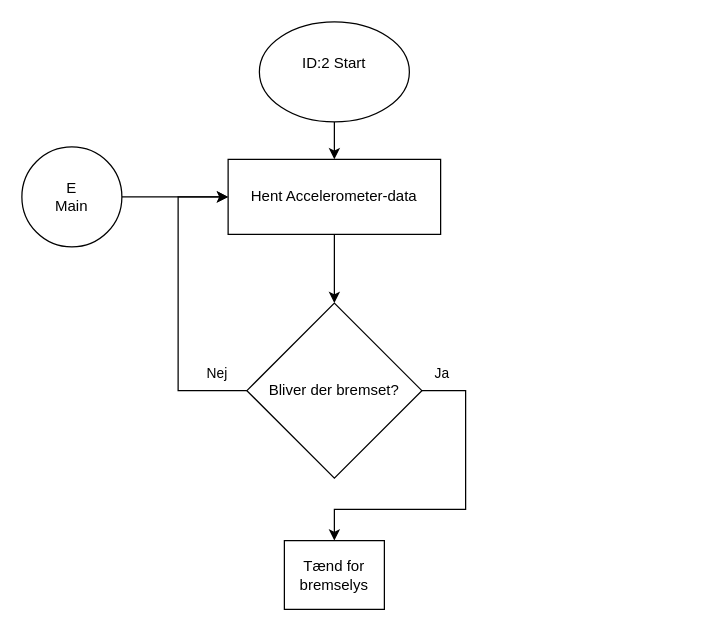
Before: ID 06, P2/ID6 V1 Bremselys.drawio in KEA-E24-B9-IOT1/E24-B9-IoT1, a draw.io diagram. Source tidied: cells renumbered, new cells numbered last; positions are measured from the earlier drawing's top-left corner, leaving out a move shared by most shapes. Both pictures are drawn from the tidied source at 125%, with x=0, y=0 at pixel (21, 21).
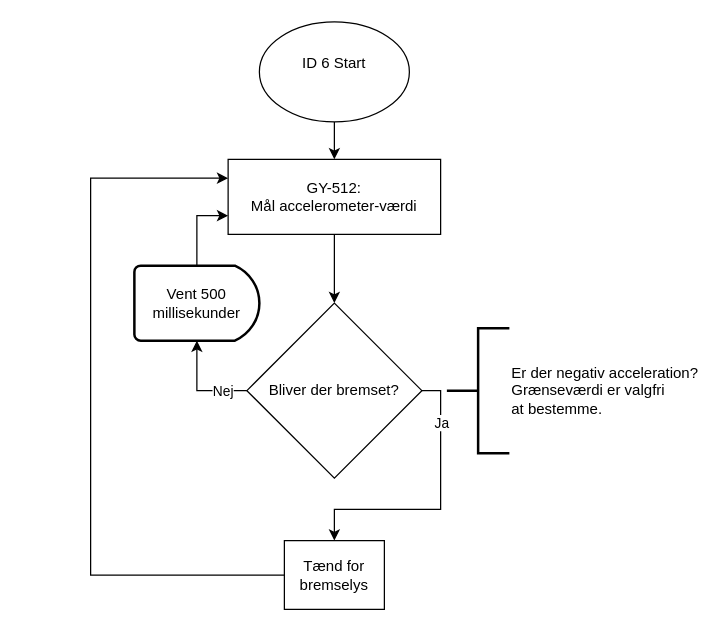
After the change.

Unchanged cells that the change refers to:
```xml
<mxCell id="7" value="Tænd for bremselys" style="rounded=0;whiteSpace=wrap;html=1;" parent="1" vertex="1">
  <mxGeometry x="210" y="415" width="80" height="55" as="geometry" />
</mxCell>
<mxCell id="14" value="Bliver der bremset?" style="rhombus;whiteSpace=wrap;html=1;" parent="1" vertex="1">
  <mxGeometry x="180" y="225" width="140" height="140" as="geometry" />
</mxCell>
```

Diff of the diagram source:
```diff
@@
-    <mxCell id="3" value="ID:2 Start&lt;div&gt;&lt;br&gt;&lt;/div&gt;" style="ellipse;whiteSpace=wrap;html=1;" parent="1" vertex="1">
+    <mxCell id="3" value="ID 6 Start&lt;div&gt;&lt;br&gt;&lt;/div&gt;" style="ellipse;whiteSpace=wrap;html=1;" parent="1" vertex="1">
       <mxGeometry x="190" width="120" height="80" as="geometry" />
     </mxCell>
@@
-    <mxCell id="5" style="edgeStyle=orthogonalEdgeStyle;rounded=0;jettySize=auto;html=1;entryX=0;entryY=0.5;entryDx=0;entryDy=0;" parent="1" edge="1" source="6" target="9">
-      <mxGeometry relative="1" as="geometry" />
-    </mxCell>
-    <mxCell id="6" value="&lt;span style=&quot;background-color: initial;&quot;&gt;E&lt;/span&gt;&lt;div&gt;&lt;span style=&quot;background-color: initial;&quot;&gt;Main&lt;/span&gt;&lt;/div&gt;" style="ellipse;whiteSpace=wrap;html=1;" parent="1" vertex="1">
-      <mxGeometry y="100" width="80" height="80" as="geometry" />
-    </mxCell>
+    <mxCell id="15" style="edgeStyle=orthogonalEdgeStyle;rounded=0;jettySize=auto;html=1;exitX=0;exitY=0.5;exitDx=0;exitDy=0;entryX=0;entryY=0.25;entryDx=0;entryDy=0;" parent="1" edge="1" source="7" target="9">
+      <mxGeometry relative="1" as="geometry">
+        <Array as="points">
+          <mxPoint x="55" y="443" />
+          <mxPoint x="55" y="125" />
+        </Array>
+      </mxGeometry>
+    </mxCell>
@@
-    <mxCell id="9" value="Hent Accelerometer-data" style="rounded=0;whiteSpace=wrap;html=1;" parent="1" vertex="1">
+    <mxCell id="9" value="&lt;div&gt;GY-512:&lt;/div&gt;&lt;div&gt;Mål accelerometer-værdi&lt;br&gt;&lt;/div&gt;" style="rounded=0;whiteSpace=wrap;html=1;" parent="1" vertex="1">
       <mxGeometry x="165" y="110" width="170" height="60" as="geometry" />
     </mxCell>
-    <mxCell id="10" style="edgeStyle=orthogonalEdgeStyle;rounded=0;jettySize=auto;html=1;entryX=0;entryY=0.5;entryDx=0;entryDy=0;" parent="1" edge="1" source="14" target="9">
-      <mxGeometry relative="1" as="geometry">
-        <Array as="points">
-          <mxPoint x="125" y="295" />
-          <mxPoint x="125" y="140" />
-        </Array>
-      </mxGeometry>
-    </mxCell>
-    <mxCell id="11" value="Nej" style="edgeLabel;html=1;align=center;verticalAlign=middle;" parent="10" vertex="1">
-      <mxGeometry x="-0.72" y="-6" relative="1" as="geometry">
-        <mxPoint x="10" y="-9" as="offset" />
-      </mxGeometry>
-    </mxCell>
     <mxCell id="12" style="edgeStyle=orthogonalEdgeStyle;rounded=0;jettySize=auto;html=1;entryX=0.5;entryY=0;entryDx=0;entryDy=0;" parent="1" edge="1" source="14" target="7">
       <mxGeometry relative="1" as="geometry">
         <Array as="points">
-          <mxPoint x="355" y="295" />
-          <mxPoint x="355" y="390" />
+          <mxPoint x="335" y="295" />
+          <mxPoint x="335" y="390" />
           <mxPoint x="250" y="390" />
         </Array>
       </mxGeometry>
     </mxCell>
     <mxCell id="13" value="Ja" style="edgeLabel;html=1;align=center;verticalAlign=middle;" parent="12" vertex="1">
       <mxGeometry x="-0.84" y="8" relative="1" as="geometry">
-        <mxPoint x="-6" y="-7" as="offset" />
+        <mxPoint x="-8" y="22" as="offset" />
       </mxGeometry>
     </mxCell>
@@
+    <mxCell id="16" style="edgeStyle=orthogonalEdgeStyle;rounded=0;jettySize=auto;html=1;exitX=0.5;exitY=0;exitDx=0;exitDy=0;exitPerimeter=0;entryX=0;entryY=0.75;entryDx=0;entryDy=0;" parent="1" edge="1" source="17" target="9">
+      <mxGeometry relative="1" as="geometry" />
+    </mxCell>
+    <mxCell id="17" value="Vent 500 millisekunder" style="strokeWidth=2;html=1;shape=mxgraph.flowchart.delay;whiteSpace=wrap;" parent="1" vertex="1">
+      <mxGeometry x="90" y="195" width="100" height="60" as="geometry" />
+    </mxCell>
+    <mxCell id="18" style="edgeStyle=orthogonalEdgeStyle;rounded=0;jettySize=auto;html=1;exitX=0;exitY=0.5;exitDx=0;exitDy=0;entryX=0.5;entryY=1;entryDx=0;entryDy=0;entryPerimeter=0;" parent="1" edge="1" source="14" target="17">
+      <mxGeometry relative="1" as="geometry" />
+    </mxCell>
+    <mxCell id="11" value="&lt;div&gt;Nej&lt;/div&gt;" style="edgeLabel;html=1;align=center;verticalAlign=middle;" parent="18" vertex="1">
+      <mxGeometry x="-0.57" y="4" relative="1" as="geometry">
+        <mxPoint x="-3" y="-4" as="offset" />
+      </mxGeometry>
+    </mxCell>
+    <mxCell id="19" value="&lt;div&gt;Er der negativ acceleration?&lt;/div&gt;&lt;div&gt;Grænseværdi er valgfri&lt;/div&gt;&lt;div&gt;at bestemme.&lt;br&gt;&lt;/div&gt;" style="strokeWidth=2;html=1;shape=mxgraph.flowchart.annotation_2;align=left;labelPosition=right;" parent="1" vertex="1">
+      <mxGeometry x="340" y="245" width="50" height="100" as="geometry" />
+    </mxCell>
```
